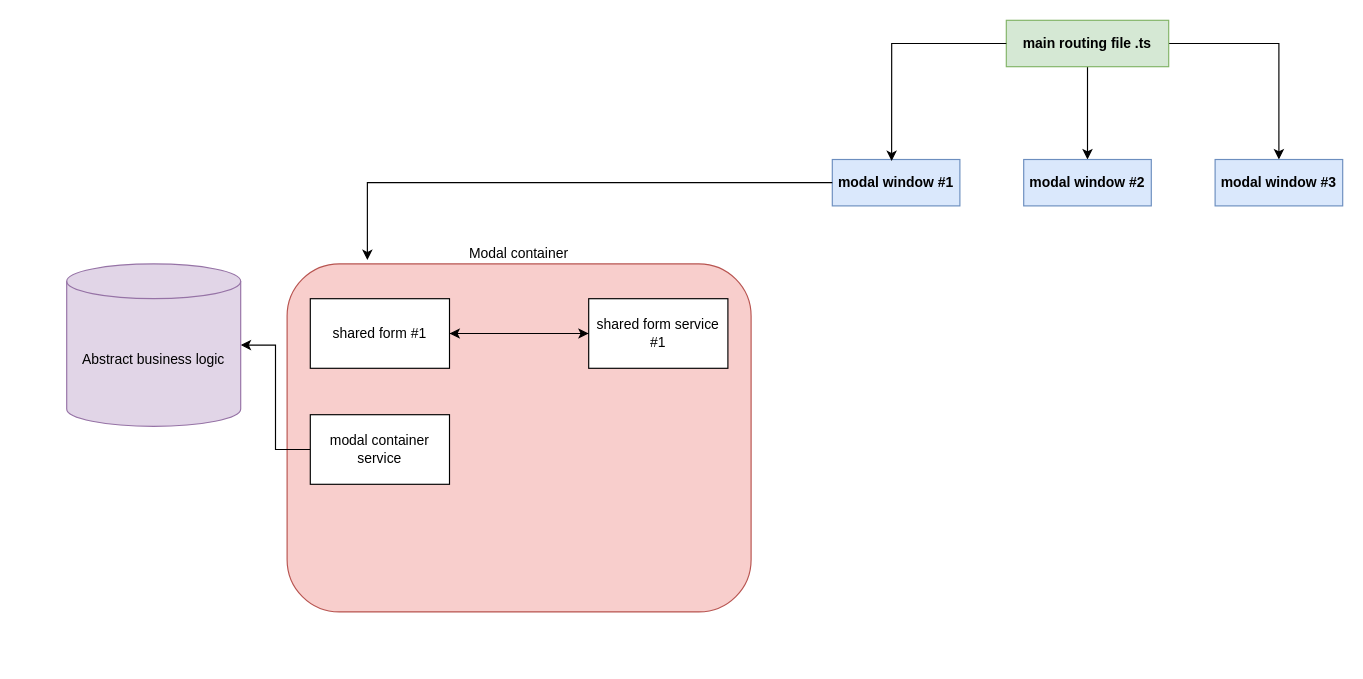
Earlier version of the draw.io diagram Диаграмма без названия.drawio (firefighter-19/modal-design-diagram). Source tidied: cells renumbered, new cells numbered last; positions are measured from the earlier drawing's top-left corner, leaving out a move shared by most shapes. Both pictures are drawn from the tidied source at 116%, with x=0, y=0 at pixel (66, 20).
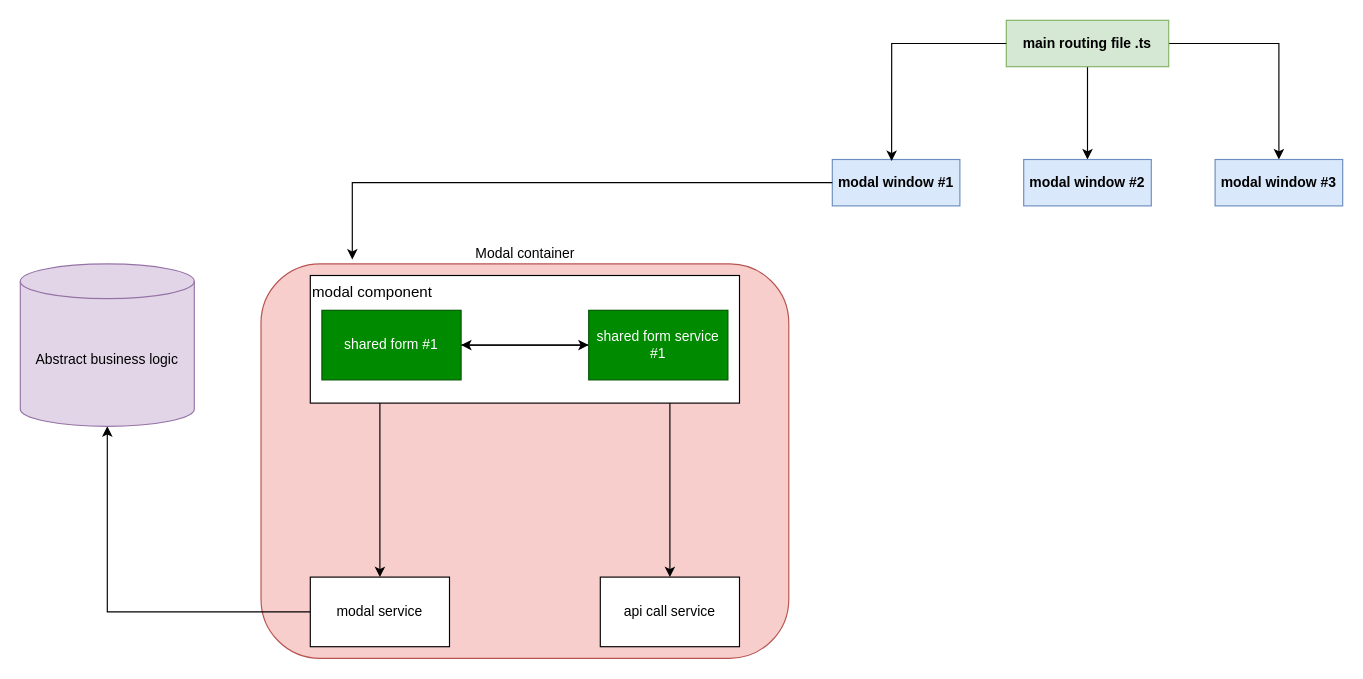
The same page after the edit.

Commit message (it also covers changes not shown here):
Modal window diagram.drawio

Unchanged cells that the change refers to:
```xml
<mxCell id="6" value="modal window #1" style="rounded=0;whiteSpace=wrap;html=1;fontStyle=1;fillColor=#dae8fc;strokeColor=#6c8ebf;" parent="1" vertex="1">
  <mxGeometry x="660" y="120" width="110" height="40" as="geometry" />
</mxCell>
```

What changed in the source:
```diff
@@
     <mxCell id="9" value="Modal container" style="rounded=1;whiteSpace=wrap;html=1;align=center;verticalAlign=bottom;labelPosition=center;verticalLabelPosition=top;fillColor=#f8cecc;strokeColor=#b85450;" parent="1" vertex="1">
-      <mxGeometry x="190" y="210" width="400" height="300" as="geometry" />
+      <mxGeometry x="167.5" y="210" width="455" height="340" as="geometry" />
     </mxCell>
@@
-    <mxCell id="11" value="shared form #1" style="rounded=0;whiteSpace=wrap;html=1;" parent="1" vertex="1">
-      <mxGeometry x="210" y="240" width="120" height="60" as="geometry" />
-    </mxCell>
@@
-    <mxCell id="13" value="modal container service" style="rounded=0;whiteSpace=wrap;html=1;" parent="1" vertex="1">
-      <mxGeometry x="210" y="340" width="120" height="60" as="geometry" />
+    <mxCell id="13" value="modal service" style="rounded=0;whiteSpace=wrap;html=1;" parent="1" vertex="1">
+      <mxGeometry x="210" y="480" width="120" height="60" as="geometry" />
     </mxCell>
     <mxCell id="14" value="Abstract business logic" style="shape=cylinder3;whiteSpace=wrap;html=1;boundedLbl=1;backgroundOutline=1;size=15;fillColor=#e1d5e7;strokeColor=#9673a6;" parent="1" vertex="1">
-      <mxGeometry y="210" width="150" height="140" as="geometry" />
+      <mxGeometry x="-40" y="210" width="150" height="140" as="geometry" />
     </mxCell>
@@
+    <mxCell id="17" style="edgeStyle=orthogonalEdgeStyle;rounded=0;jettySize=auto;html=1;entryX=0.173;entryY=-0.011;entryDx=0;entryDy=0;entryPerimeter=0;" parent="1" edge="1" source="6" target="9">
+      <mxGeometry relative="1" as="geometry" />
+    </mxCell>
+    <mxCell id="18" value="api call service" style="rounded=0;whiteSpace=wrap;html=1;" parent="1" vertex="1">
+      <mxGeometry x="460" y="480" width="120" height="60" as="geometry" />
+    </mxCell>
+    <mxCell id="19" style="edgeStyle=orthogonalEdgeStyle;rounded=0;jettySize=auto;html=1;entryX=0.5;entryY=0;entryDx=0;entryDy=0;" parent="1" edge="1" source="21" target="13">
+      <mxGeometry relative="1" as="geometry">
+        <Array as="points">
+          <mxPoint x="270" y="350" />
+          <mxPoint x="270" y="350" />
+        </Array>
+      </mxGeometry>
+    </mxCell>
+    <mxCell id="20" style="edgeStyle=orthogonalEdgeStyle;rounded=0;jettySize=auto;html=1;entryX=0.5;entryY=0;entryDx=0;entryDy=0;" parent="1" edge="1" source="21" target="18">
+      <mxGeometry relative="1" as="geometry">
+        <Array as="points">
+          <mxPoint x="520" y="360" />
+          <mxPoint x="520" y="360" />
+        </Array>
+      </mxGeometry>
+    </mxCell>
+    <mxCell id="21" value="modal component" style="rounded=0;whiteSpace=wrap;align=left;labelPosition=center;verticalLabelPosition=middle;verticalAlign=top;html=1;fontSize=13;" parent="1" vertex="1">
+      <mxGeometry x="210" y="220" width="370" height="110" as="geometry" />
+    </mxCell>
+    <mxCell id="22" style="edgeStyle=orthogonalEdgeStyle;rounded=0;jettySize=auto;html=1;entryX=0;entryY=0.5;entryDx=0;entryDy=0;" parent="1" edge="1" source="11" target="16">
+      <mxGeometry relative="1" as="geometry" />
+    </mxCell>
+    <mxCell id="11" value="shared form #1" style="rounded=0;whiteSpace=wrap;html=1;fillColor=#008a00;fontColor=#ffffff;strokeColor=#005700;" parent="1" vertex="1">
+      <mxGeometry x="220" y="250" width="120" height="60" as="geometry" />
+    </mxCell>
+    <mxCell id="23" style="edgeStyle=orthogonalEdgeStyle;rounded=0;jettySize=auto;html=1;entryX=1;entryY=0.5;entryDx=0;entryDy=0;" parent="1" edge="1" source="16" target="11">
+      <mxGeometry relative="1" as="geometry" />
+    </mxCell>
-    <mxCell id="16" value="shared form service #1" style="rounded=0;whiteSpace=wrap;html=1;" parent="1" vertex="1">
-      <mxGeometry x="450" y="240" width="120" height="60" as="geometry" />
+    <mxCell id="16" value="shared form service #1" style="rounded=0;whiteSpace=wrap;html=1;fillColor=#008a00;fontColor=#ffffff;strokeColor=#005700;" parent="1" vertex="1">
+      <mxGeometry x="450" y="250" width="120" height="60" as="geometry" />
     </mxCell>
-    <mxCell id="17" style="edgeStyle=orthogonalEdgeStyle;rounded=0;jettySize=auto;html=1;entryX=0.173;entryY=-0.011;entryDx=0;entryDy=0;entryPerimeter=0;" parent="1" edge="1" source="6" target="9">
-      <mxGeometry relative="1" as="geometry" />
-    </mxCell>
```
